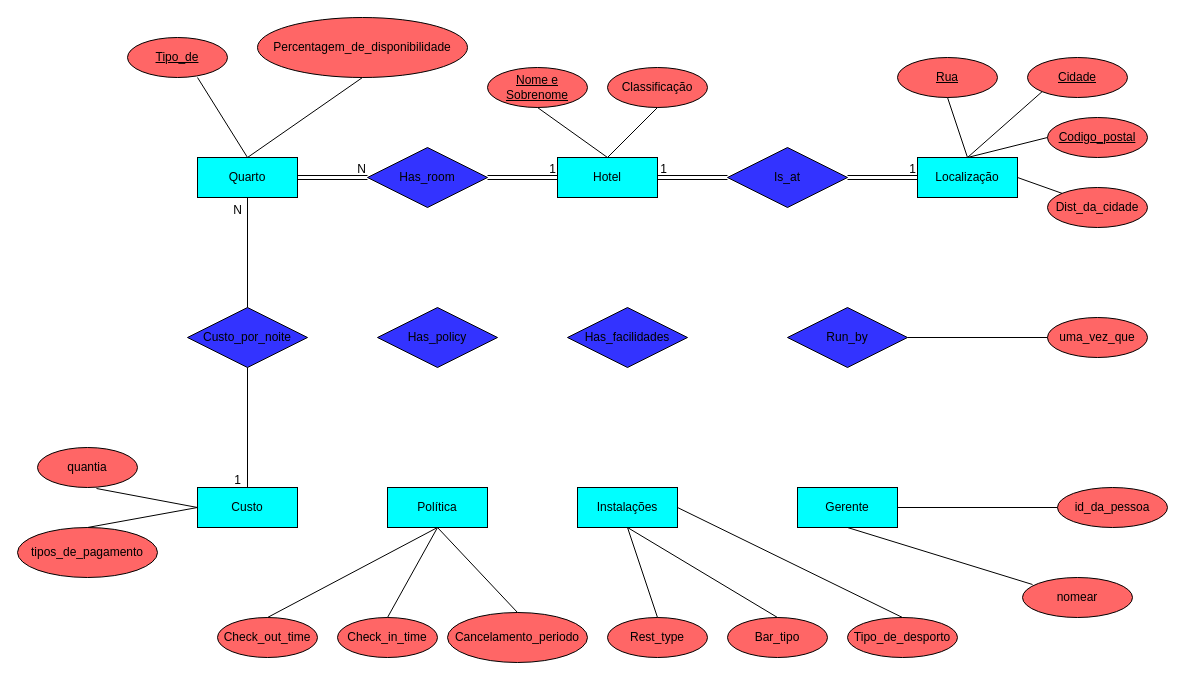
rpviana/Diagramas keeps this draw.io diagram as EX1.drawio. Above is the earlier version. Source tidied: cells renumbered, new cells numbered last; positions are measured from the earlier drawing's top-left corner, leaving out a move shared by most shapes. Both pictures are drawn from the tidied source at 100%, with x=0, y=0 at pixel (17, 17).
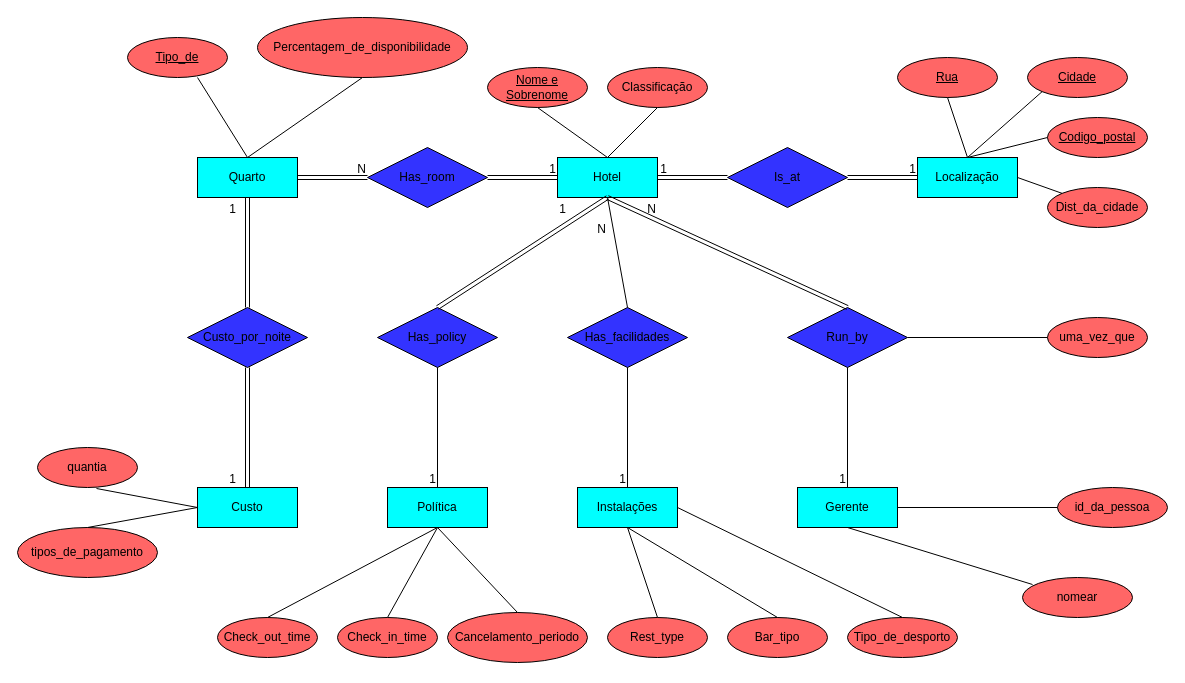
Above is the later version.

Unchanged cells that the change refers to:
```xml
<mxCell id="2" value="Quarto" style="whiteSpace=wrap;html=1;align=center;fillColor=#00FFFF;" parent="1" vertex="1">
  <mxGeometry x="180" y="140" width="100" height="40" as="geometry" />
</mxCell>
<mxCell id="3" value="Custo" style="whiteSpace=wrap;html=1;align=center;fillColor=#00FFFF;" parent="1" vertex="1">
  <mxGeometry x="180" y="470" width="100" height="40" as="geometry" />
</mxCell>
<mxCell id="4" value="Política" style="whiteSpace=wrap;html=1;align=center;fillColor=#00FFFF;" parent="1" vertex="1">
  <mxGeometry x="370" y="470" width="100" height="40" as="geometry" />
</mxCell>
<mxCell id="5" value="Instalações" style="whiteSpace=wrap;html=1;align=center;fillColor=#00FFFF;" parent="1" vertex="1">
  <mxGeometry x="560" y="470" width="100" height="40" as="geometry" />
</mxCell>
<mxCell id="6" value="Hotel" style="whiteSpace=wrap;html=1;align=center;fillColor=#00FFFF;" parent="1" vertex="1">
  <mxGeometry x="540" y="140" width="100" height="40" as="geometry" />
</mxCell>
<mxCell id="7" value="Gerente" style="whiteSpace=wrap;html=1;align=center;fillColor=#00FFFF;" parent="1" vertex="1">
  <mxGeometry x="780" y="470" width="100" height="40" as="geometry" />
</mxCell>
<mxCell id="9" value="Custo_por_noite" style="shape=rhombus;perimeter=rhombusPerimeter;whiteSpace=wrap;html=1;align=center;fillColor=#3333FF;" parent="1" vertex="1">
  <mxGeometry x="170" y="290" width="120" height="60" as="geometry" />
</mxCell>
<mxCell id="11" value="Has_policy" style="shape=rhombus;perimeter=rhombusPerimeter;whiteSpace=wrap;html=1;align=center;fillColor=#3333FF;" parent="1" vertex="1">
  <mxGeometry x="360" y="290" width="120" height="60" as="geometry" />
</mxCell>
<mxCell id="12" value="Has_facilidades" style="shape=rhombus;perimeter=rhombusPerimeter;whiteSpace=wrap;html=1;align=center;fillColor=#3333FF;" parent="1" vertex="1">
  <mxGeometry x="550" y="290" width="120" height="60" as="geometry" />
</mxCell>
<mxCell id="14" value="Run_by" style="shape=rhombus;perimeter=rhombusPerimeter;whiteSpace=wrap;html=1;align=center;fillColor=#3333FF;" parent="1" vertex="1">
  <mxGeometry x="770" y="290" width="120" height="60" as="geometry" />
</mxCell>
```

The edit, as a diff of the source:
```diff
@@
-    <mxCell id="54" style="endArrow=none;html=1;rounded=0;exitX=0.5;exitY=1;exitDx=0;exitDy=0;entryX=0.5;entryY=0;entryDx=0;entryDy=0;" parent="1" edge="1" source="2" target="9">
-      <mxGeometry relative="1" as="geometry" />
-    </mxCell>
-    <mxCell id="55" style="endArrow=none;html=1;rounded=0;exitX=0.5;exitY=1;exitDx=0;exitDy=0;entryX=0.5;entryY=0;entryDx=0;entryDy=0;" parent="1" edge="1" source="9" target="3">
-      <mxGeometry relative="1" as="geometry" />
-    </mxCell>
-    <mxCell id="56" value="N" style="text;html=1;align=center;verticalAlign=middle;strokeColor=none;fillColor=none;" parent="1" vertex="1">
-      <mxGeometry x="205" y="178" width="30" height="30" as="geometry" />
-    </mxCell>
-    <mxCell id="57" value="1" style="text;html=1;align=center;verticalAlign=middle;strokeColor=none;fillColor=none;" parent="1" vertex="1">
-      <mxGeometry x="205" y="448" width="30" height="30" as="geometry" />
-    </mxCell>
@@
+    <mxCell id="66" style="shape=link;html=1;rounded=0;entryX=0.5;entryY=1;entryDx=0;entryDy=0;exitX=0.5;exitY=0;exitDx=0;exitDy=0;" parent="1" edge="1" source="9" target="2">
+      <mxGeometry relative="1" as="geometry" />
+    </mxCell>
+    <mxCell id="67" value="1" style="html=1;whiteSpace=wrap;align=right;verticalAlign=bottom;" parent="66" vertex="1">
+      <mxGeometry x="1" relative="1" as="geometry">
+        <mxPoint x="-10" y="20" as="offset" />
+      </mxGeometry>
+    </mxCell>
+    <mxCell id="68" style="endArrow=none;html=1;rounded=0;exitX=0.5;exitY=1;exitDx=0;exitDy=0;entryX=0.5;entryY=0;entryDx=0;entryDy=0;" parent="1" edge="1" source="11" target="4">
+      <mxGeometry relative="1" as="geometry" />
+    </mxCell>
+    <mxCell id="69" value="1" style="html=1;whiteSpace=wrap;align=right;verticalAlign=bottom;" parent="68" vertex="1">
+      <mxGeometry x="1" relative="1" as="geometry" />
+    </mxCell>
+    <mxCell id="70" style="shape=link;html=1;rounded=0;entryX=0.5;entryY=1;entryDx=0;entryDy=0;exitX=0.5;exitY=0;exitDx=0;exitDy=0;" parent="1" edge="1" source="14" target="6">
+      <mxGeometry relative="1" as="geometry" />
+    </mxCell>
+    <mxCell id="71" value="N" style="html=1;whiteSpace=wrap;align=right;verticalAlign=bottom;" parent="70" vertex="1">
+      <mxGeometry x="1" relative="1" as="geometry">
+        <mxPoint x="50" y="20" as="offset" />
+      </mxGeometry>
+    </mxCell>
+    <mxCell id="72" style="endArrow=none;html=1;rounded=0;exitX=0.5;exitY=1;exitDx=0;exitDy=0;entryX=0.5;entryY=0;entryDx=0;entryDy=0;" parent="1" edge="1" source="12" target="5">
+      <mxGeometry relative="1" as="geometry" />
+    </mxCell>
+    <mxCell id="73" value="1" style="html=1;whiteSpace=wrap;align=right;verticalAlign=bottom;" parent="72" vertex="1">
+      <mxGeometry x="1" relative="1" as="geometry" />
+    </mxCell>
+    <mxCell id="74" style="endArrow=none;html=1;rounded=0;exitX=0.5;exitY=1;exitDx=0;exitDy=0;entryX=0.5;entryY=0;entryDx=0;entryDy=0;" parent="1" edge="1" source="14" target="7">
+      <mxGeometry relative="1" as="geometry" />
+    </mxCell>
+    <mxCell id="75" value="1" style="html=1;whiteSpace=wrap;align=right;verticalAlign=bottom;" parent="74" vertex="1">
+      <mxGeometry x="1" relative="1" as="geometry" />
+    </mxCell>
+    <mxCell id="55" style="shape=link;html=1;rounded=0;entryX=0.5;entryY=0;entryDx=0;entryDy=0;exitX=0.5;exitY=1;exitDx=0;exitDy=0;" parent="1" edge="1" source="9" target="3">
+      <mxGeometry relative="1" as="geometry" />
+    </mxCell>
+    <mxCell id="76" value="1" style="html=1;whiteSpace=wrap;align=right;verticalAlign=bottom;" parent="55" vertex="1">
+      <mxGeometry x="1" relative="1" as="geometry">
+        <mxPoint x="-10" as="offset" />
+      </mxGeometry>
+    </mxCell>
+    <mxCell id="77" style="endArrow=none;html=1;rounded=0;entryX=0.5;entryY=1;entryDx=0;entryDy=0;exitX=0.5;exitY=0;exitDx=0;exitDy=0;" parent="1" edge="1" source="12" target="6">
+      <mxGeometry relative="1" as="geometry" />
+    </mxCell>
+    <mxCell id="78" value="N" style="html=1;whiteSpace=wrap;align=right;verticalAlign=bottom;" parent="77" vertex="1">
+      <mxGeometry x="1" relative="1" as="geometry">
+        <mxPoint y="40" as="offset" />
+      </mxGeometry>
+    </mxCell>
+    <mxCell id="79" style="shape=link;html=1;rounded=0;entryX=0.5;entryY=1;entryDx=0;entryDy=0;exitX=0.5;exitY=0;exitDx=0;exitDy=0;" parent="1" edge="1" source="11" target="6">
+      <mxGeometry relative="1" as="geometry" />
+    </mxCell>
+    <mxCell id="80" value="1" style="html=1;whiteSpace=wrap;align=right;verticalAlign=bottom;" parent="79" vertex="1">
+      <mxGeometry x="1" relative="1" as="geometry">
+        <mxPoint x="-40" y="20" as="offset" />
+      </mxGeometry>
+    </mxCell>
```
